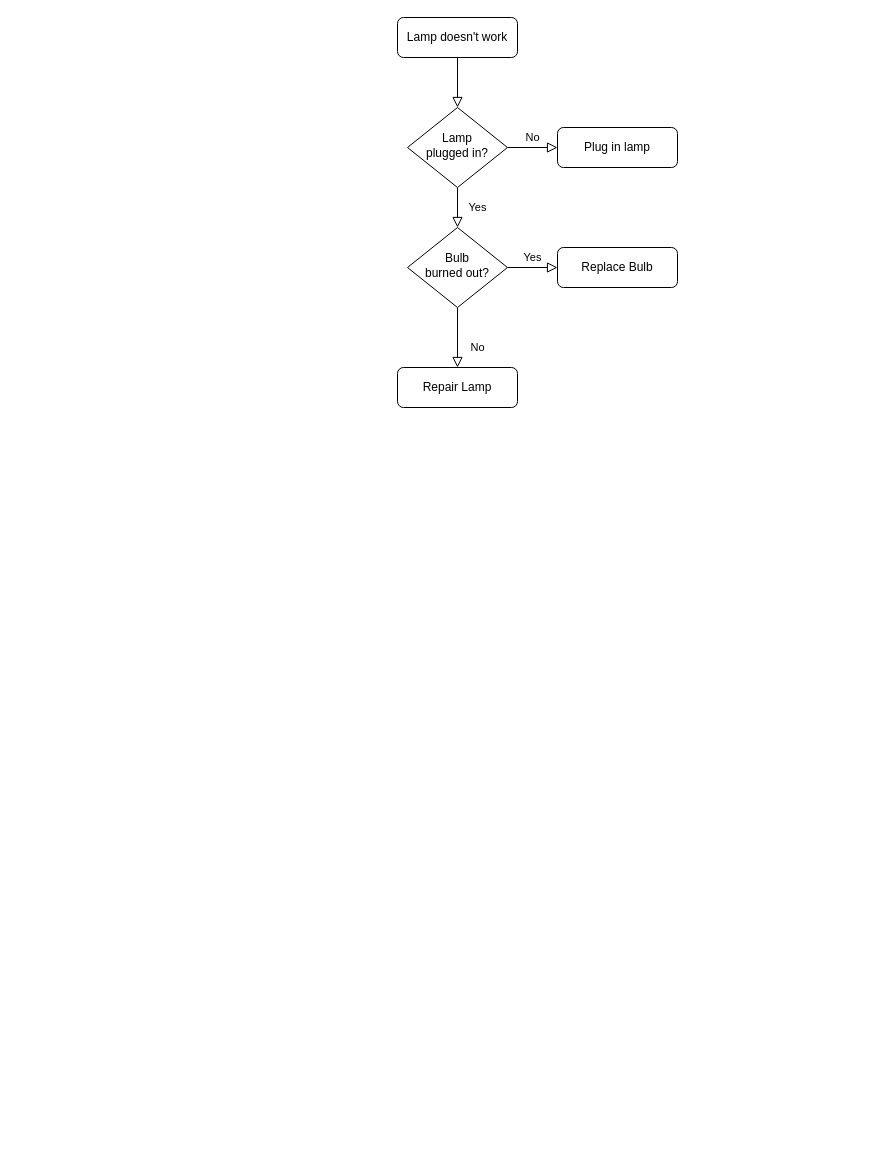
Earlier version of the draw.io diagram 剔除数据.drawio (jeefs/mindGraph). Source tidied: cells renumbered, new cells numbered last; positions are measured from the earlier drawing's top-left corner, leaving out a move shared by most shapes. Both pictures are drawn from the tidied source at 100%, with x=0, y=0 at pixel (397, 17).
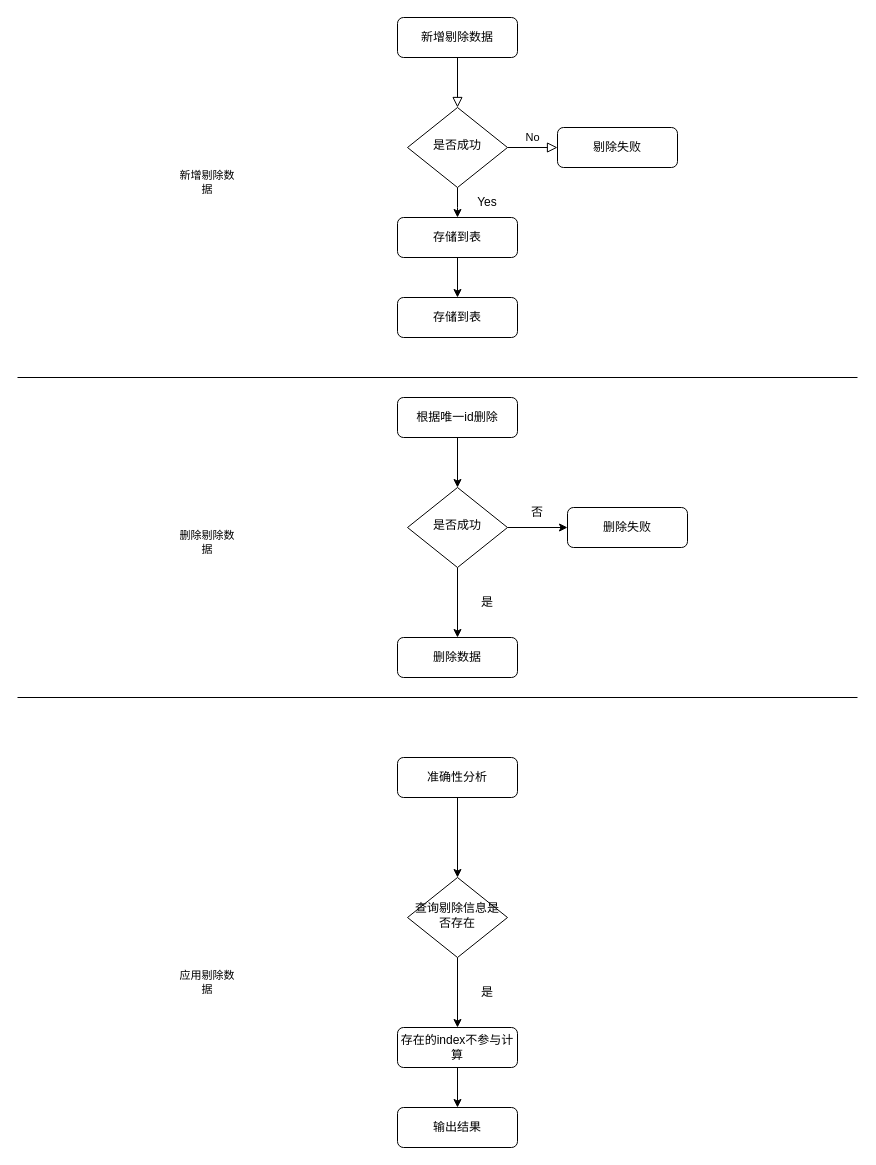
After the change.

Commit message:
更新剔除数据.drawio

The edit, as a diff of the source:
```diff
@@
-    <mxCell id="3" value="Lamp doesn't work" style="rounded=1;whiteSpace=wrap;html=1;fontSize=12;glass=0;strokeWidth=1;shadow=0;" parent="1" vertex="1">
+    <mxCell id="3" value="新增剔除数据" style="rounded=1;whiteSpace=wrap;html=1;fontSize=12;glass=0;strokeWidth=1;shadow=0;" parent="1" vertex="1">
       <mxGeometry width="120" height="40" as="geometry" />
     </mxCell>
-    <mxCell id="4" value="Yes" style="rounded=0;html=1;jettySize=auto;fontSize=11;endArrow=block;endFill=0;endSize=8;strokeWidth=1;shadow=0;labelBackgroundColor=none;edgeStyle=orthogonalEdgeStyle;" parent="1" edge="1" source="6" target="10">
-      <mxGeometry y="20" relative="1" as="geometry" />
-    </mxCell>
@@
+    <mxCell id="13" style="edgeStyle=orthogonalEdgeStyle;rounded=0;jettySize=auto;html=1;" parent="1" edge="1" source="6">
+      <mxGeometry relative="1" as="geometry">
+        <mxPoint x="60" y="200" as="targetPoint" />
+      </mxGeometry>
+    </mxCell>
-    <mxCell id="6" value="Lamp&lt;br&gt;plugged in?" style="rhombus;whiteSpace=wrap;html=1;shadow=0;fontFamily=Helvetica;fontSize=12;align=center;strokeWidth=1;spacing=6;spacingTop=-4;" parent="1" vertex="1">
+    <mxCell id="6" value="是否成功" style="rhombus;whiteSpace=wrap;html=1;shadow=0;fontFamily=Helvetica;fontSize=12;align=center;strokeWidth=1;spacing=6;spacingTop=-4;" parent="1" vertex="1">
       <mxGeometry x="10" y="90" width="100" height="80" as="geometry" />
     </mxCell>
-    <mxCell id="7" value="Plug in lamp" style="rounded=1;whiteSpace=wrap;html=1;fontSize=12;glass=0;strokeWidth=1;shadow=0;" parent="1" vertex="1">
+    <mxCell id="7" value="剔除失败" style="rounded=1;whiteSpace=wrap;html=1;fontSize=12;glass=0;strokeWidth=1;shadow=0;" parent="1" vertex="1">
       <mxGeometry x="160" y="110" width="120" height="40" as="geometry" />
     </mxCell>
-    <mxCell id="8" value="No" style="rounded=0;html=1;jettySize=auto;fontSize=11;endArrow=block;endFill=0;endSize=8;strokeWidth=1;shadow=0;labelBackgroundColor=none;edgeStyle=orthogonalEdgeStyle;" parent="1" edge="1" source="10" target="11">
-      <mxGeometry x="0.33" y="20" relative="1" as="geometry" />
-    </mxCell>
-    <mxCell id="9" value="Yes" style="edgeStyle=orthogonalEdgeStyle;rounded=0;html=1;jettySize=auto;fontSize=11;endArrow=block;endFill=0;endSize=8;strokeWidth=1;shadow=0;labelBackgroundColor=none;" parent="1" edge="1" source="10" target="12">
-      <mxGeometry y="10" relative="1" as="geometry" />
-    </mxCell>
-    <mxCell id="10" value="Bulb&lt;br&gt;burned out?" style="rhombus;whiteSpace=wrap;html=1;shadow=0;fontFamily=Helvetica;fontSize=12;align=center;strokeWidth=1;spacing=6;spacingTop=-4;" parent="1" vertex="1">
-      <mxGeometry x="10" y="210" width="100" height="80" as="geometry" />
-    </mxCell>
-    <mxCell id="11" value="Repair Lamp" style="rounded=1;whiteSpace=wrap;html=1;fontSize=12;glass=0;strokeWidth=1;shadow=0;" parent="1" vertex="1">
-      <mxGeometry y="350" width="120" height="40" as="geometry" />
-    </mxCell>
-    <mxCell id="12" value="Replace Bulb" style="rounded=1;whiteSpace=wrap;html=1;fontSize=12;glass=0;strokeWidth=1;shadow=0;" parent="1" vertex="1">
-      <mxGeometry x="160" y="230" width="120" height="40" as="geometry" />
-    </mxCell>
+    <mxCell id="14" style="edgeStyle=orthogonalEdgeStyle;rounded=0;jettySize=auto;html=1;" parent="1" edge="1" source="15" target="17">
+      <mxGeometry relative="1" as="geometry" />
+    </mxCell>
+    <mxCell id="15" value="存储到表" style="rounded=1;whiteSpace=wrap;html=1;fontSize=12;glass=0;strokeWidth=1;shadow=0;" parent="1" vertex="1">
+      <mxGeometry y="200" width="120" height="40" as="geometry" />
+    </mxCell>
+    <mxCell id="16" value="Yes" style="text;strokeColor=none;align=center;fillColor=none;html=1;verticalAlign=middle;whiteSpace=wrap;rounded=0;" parent="1" vertex="1">
+      <mxGeometry x="60" y="170" width="60" height="30" as="geometry" />
+    </mxCell>
+    <mxCell id="17" value="存储到表" style="rounded=1;whiteSpace=wrap;html=1;fontSize=12;glass=0;strokeWidth=1;shadow=0;" parent="1" vertex="1">
+      <mxGeometry y="280" width="120" height="40" as="geometry" />
+    </mxCell>
+    <mxCell id="18" style="edgeStyle=orthogonalEdgeStyle;rounded=0;jettySize=auto;html=1;" parent="1" edge="1" source="19" target="22">
+      <mxGeometry relative="1" as="geometry" />
+    </mxCell>
+    <mxCell id="19" value="根据唯一id删除" style="rounded=1;whiteSpace=wrap;html=1;fontSize=12;glass=0;strokeWidth=1;shadow=0;" parent="1" vertex="1">
+      <mxGeometry y="380" width="120" height="40" as="geometry" />
+    </mxCell>
+    <mxCell id="20" style="edgeStyle=orthogonalEdgeStyle;rounded=0;jettySize=auto;html=1;" parent="1" edge="1" source="22" target="23">
+      <mxGeometry relative="1" as="geometry" />
+    </mxCell>
+    <mxCell id="21" style="edgeStyle=orthogonalEdgeStyle;rounded=0;jettySize=auto;html=1;" parent="1" edge="1" source="22" target="24">
+      <mxGeometry relative="1" as="geometry" />
+    </mxCell>
+    <mxCell id="22" value="是否成功" style="rhombus;whiteSpace=wrap;html=1;shadow=0;fontFamily=Helvetica;fontSize=12;align=center;strokeWidth=1;spacing=6;spacingTop=-4;" parent="1" vertex="1">
+      <mxGeometry x="10" y="470" width="100" height="80" as="geometry" />
+    </mxCell>
+    <mxCell id="23" value="删除数据" style="rounded=1;whiteSpace=wrap;html=1;fontSize=12;glass=0;strokeWidth=1;shadow=0;" parent="1" vertex="1">
+      <mxGeometry y="620" width="120" height="40" as="geometry" />
+    </mxCell>
+    <mxCell id="24" value="删除失败" style="rounded=1;whiteSpace=wrap;html=1;fontSize=12;glass=0;strokeWidth=1;shadow=0;" parent="1" vertex="1">
+      <mxGeometry x="170" y="490" width="120" height="40" as="geometry" />
+    </mxCell>
+    <mxCell id="25" value="是" style="text;strokeColor=none;align=center;fillColor=none;html=1;verticalAlign=middle;whiteSpace=wrap;rounded=0;" parent="1" vertex="1">
+      <mxGeometry x="60" y="570" width="60" height="30" as="geometry" />
+    </mxCell>
+    <mxCell id="26" value="否" style="text;strokeColor=none;align=center;fillColor=none;html=1;verticalAlign=middle;whiteSpace=wrap;rounded=0;" parent="1" vertex="1">
+      <mxGeometry x="110" y="479.5" width="60" height="30" as="geometry" />
+    </mxCell>
+    <mxCell id="27" style="edgeStyle=orthogonalEdgeStyle;rounded=0;jettySize=auto;html=1;" parent="1" edge="1" source="28" target="30">
+      <mxGeometry relative="1" as="geometry" />
+    </mxCell>
+    <mxCell id="28" value="准确性分析" style="rounded=1;whiteSpace=wrap;html=1;fontSize=12;glass=0;strokeWidth=1;shadow=0;" parent="1" vertex="1">
+      <mxGeometry y="740" width="120" height="40" as="geometry" />
+    </mxCell>
+    <mxCell id="29" style="edgeStyle=orthogonalEdgeStyle;rounded=0;jettySize=auto;html=1;" parent="1" edge="1" source="30" target="32">
+      <mxGeometry relative="1" as="geometry" />
+    </mxCell>
+    <mxCell id="30" value="查询剔除信息是否存在" style="rhombus;whiteSpace=wrap;html=1;shadow=0;fontFamily=Helvetica;fontSize=12;align=center;strokeWidth=1;spacing=6;spacingTop=-4;" parent="1" vertex="1">
+      <mxGeometry x="10" y="860" width="100" height="80" as="geometry" />
+    </mxCell>
+    <mxCell id="31" style="edgeStyle=orthogonalEdgeStyle;rounded=0;jettySize=auto;html=1;" parent="1" edge="1" source="32" target="34">
+      <mxGeometry relative="1" as="geometry" />
+    </mxCell>
+    <mxCell id="32" value="存在的index不参与计算" style="rounded=1;whiteSpace=wrap;html=1;fontSize=12;glass=0;strokeWidth=1;shadow=0;" parent="1" vertex="1">
+      <mxGeometry y="1010" width="120" height="40" as="geometry" />
+    </mxCell>
+    <mxCell id="33" value="是" style="text;strokeColor=none;align=center;fillColor=none;html=1;verticalAlign=middle;whiteSpace=wrap;rounded=0;" parent="1" vertex="1">
+      <mxGeometry x="60" y="960" width="60" height="30" as="geometry" />
+    </mxCell>
+    <mxCell id="34" value="输出结果" style="rounded=1;whiteSpace=wrap;html=1;fontSize=12;glass=0;strokeWidth=1;shadow=0;" parent="1" vertex="1">
+      <mxGeometry y="1090" width="120" height="40" as="geometry" />
+    </mxCell>
+    <mxCell id="35" style="endArrow=none;html=1;rounded=0;" parent="1" edge="1">
+      <mxGeometry relative="1" as="geometry">
+        <mxPoint x="-380" y="360" as="sourcePoint" />
+        <mxPoint x="460" y="360" as="targetPoint" />
+      </mxGeometry>
+    </mxCell>
+    <mxCell id="36" style="endArrow=none;html=1;rounded=0;" parent="1" edge="1">
+      <mxGeometry relative="1" as="geometry">
+        <mxPoint x="-380" y="680" as="sourcePoint" />
+        <mxPoint x="460" y="680" as="targetPoint" />
+      </mxGeometry>
+    </mxCell>
+    <mxCell id="37" value="新增剔除数据" style="text;strokeColor=none;align=center;fillColor=none;html=1;verticalAlign=middle;whiteSpace=wrap;rounded=0;fontSize=11;fontFamily=Helvetica;fontColor=default;" parent="1" vertex="1">
+      <mxGeometry x="-220" y="150" width="60" height="30" as="geometry" />
+    </mxCell>
+    <mxCell id="38" value="删除剔除数据" style="text;strokeColor=none;align=center;fillColor=none;html=1;verticalAlign=middle;whiteSpace=wrap;rounded=0;fontSize=11;fontFamily=Helvetica;fontColor=default;" parent="1" vertex="1">
+      <mxGeometry x="-220" y="509.5" width="60" height="30" as="geometry" />
+    </mxCell>
+    <mxCell id="39" value="应用剔除数据" style="text;strokeColor=none;align=center;fillColor=none;html=1;verticalAlign=middle;whiteSpace=wrap;rounded=0;fontSize=11;fontFamily=Helvetica;fontColor=default;" parent="1" vertex="1">
+      <mxGeometry x="-220" y="950" width="60" height="30" as="geometry" />
+    </mxCell>
```
